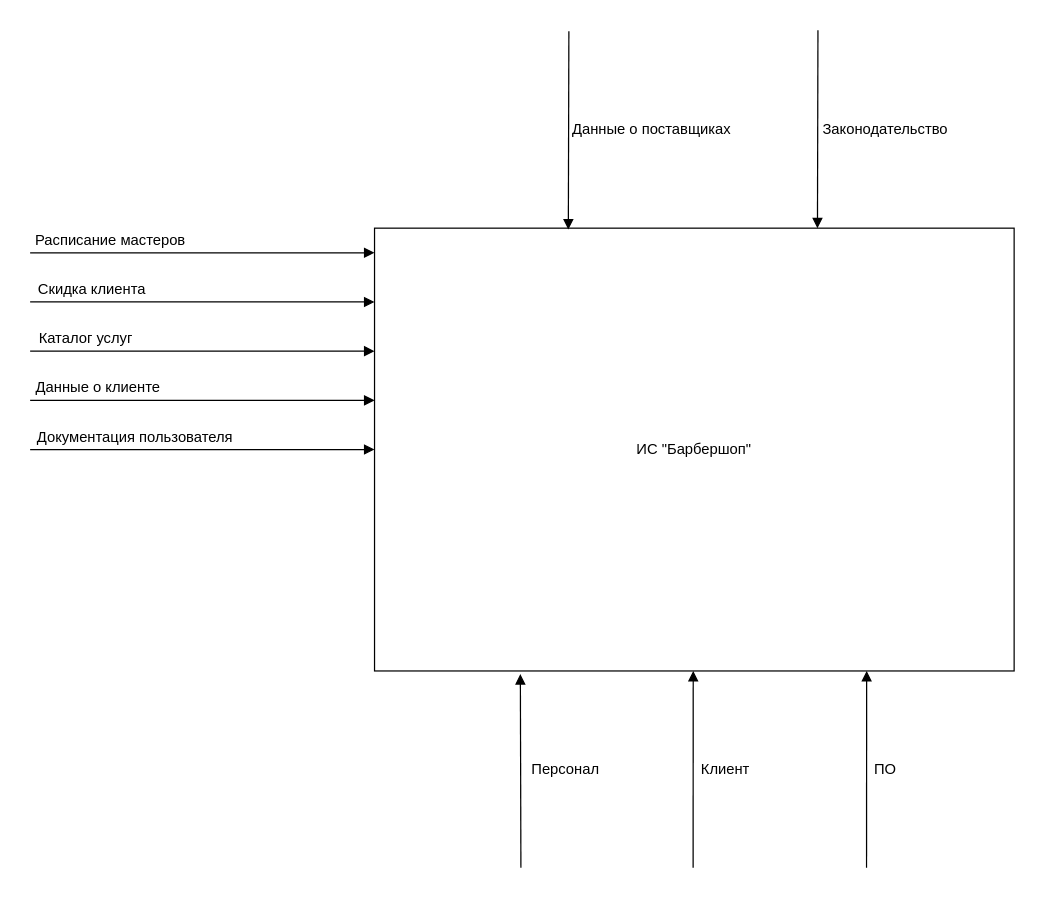
Earlier version of the draw.io diagram Диаграммы/IDEF0.drawio (AntonRakov/vkr). Source tidied: cells renumbered, new cells numbered last; positions are measured from the earlier drawing's top-left corner, leaving out a move shared by most shapes. Both pictures are drawn from the tidied source at 123%, with x=0, y=0 at pixel (23, 30).
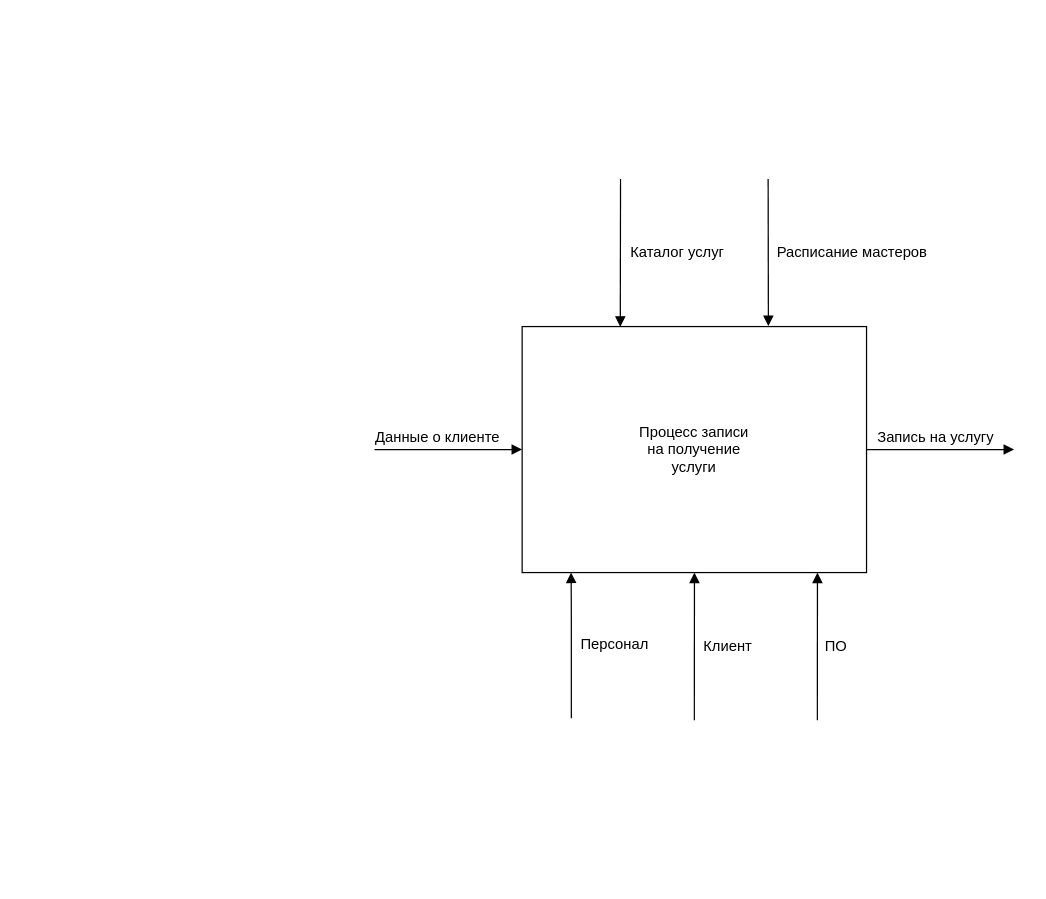
The same diagram, later.

What changed in the source:
```diff
@@
     <mxCell id="2" style="rounded=0;whiteSpace=wrap;html=1;" parent="1" vertex="1">
-      <mxGeometry x="285" y="161" width="520" height="360" as="geometry" />
+      <mxGeometry x="405" y="241" width="280" height="200" as="geometry" />
     </mxCell>
-    <mxCell id="3" value="ИС &quot;Барбершоп&quot;" style="text;html=1;strokeColor=none;fillColor=none;align=center;verticalAlign=middle;whiteSpace=wrap;rounded=0;" parent="1" vertex="1">
+    <mxCell id="3" value="Процесс записи на получение услуги" style="text;html=1;strokeColor=none;fillColor=none;align=center;verticalAlign=middle;whiteSpace=wrap;rounded=0;" parent="1" vertex="1">
       <mxGeometry x="495" y="331" width="100" height="20" as="geometry" />
     </mxCell>
-    <mxCell id="4" style="endArrow=block;html=1;endFill=1;" parent="1" edge="1">
-      <mxGeometry relative="1" as="geometry">
-        <mxPoint x="5" y="181" as="sourcePoint" />
-        <mxPoint x="285" y="181" as="targetPoint" />
-      </mxGeometry>
-    </mxCell>
-    <mxCell id="5" style="endArrow=block;html=1;endFill=1;" parent="1" edge="1">
-      <mxGeometry relative="1" as="geometry">
-        <mxPoint x="5" y="221" as="sourcePoint" />
-        <mxPoint x="285" y="221" as="targetPoint" />
-      </mxGeometry>
-    </mxCell>
-    <mxCell id="6" style="endArrow=block;html=1;endFill=1;" parent="1" edge="1">
-      <mxGeometry relative="1" as="geometry">
-        <mxPoint x="5" y="261" as="sourcePoint" />
-        <mxPoint x="285" y="261" as="targetPoint" />
-      </mxGeometry>
-    </mxCell>
     <mxCell id="7" style="endArrow=block;html=1;endFill=1;" parent="1" edge="1">
       <mxGeometry relative="1" as="geometry">
-        <mxPoint x="5" y="301" as="sourcePoint" />
-        <mxPoint x="285" y="301" as="targetPoint" />
+        <mxPoint x="285" y="341" as="sourcePoint" />
+        <mxPoint x="405" y="341" as="targetPoint" />
       </mxGeometry>
     </mxCell>
-    <mxCell id="8" style="endArrow=block;html=1;endFill=1;" parent="1" edge="1">
-      <mxGeometry relative="1" as="geometry">
-        <mxPoint x="5" y="341" as="sourcePoint" />
-        <mxPoint x="285" y="341" as="targetPoint" />
-      </mxGeometry>
-    </mxCell>
-    <mxCell id="9" value="Расписание мастеров" style="text;html=1;align=center;verticalAlign=middle;" parent="1" vertex="1">
-      <mxGeometry y="161" width="140" height="20" as="geometry" />
-    </mxCell>
-    <mxCell id="10" value="Скидка клиента" style="text;html=1;align=center;verticalAlign=middle;" parent="1" vertex="1">
-      <mxGeometry x="5" y="201" width="100" height="20" as="geometry" />
-    </mxCell>
-    <mxCell id="11" value="Каталог услуг" style="text;html=1;align=center;verticalAlign=middle;" parent="1" vertex="1">
-      <mxGeometry x="5" y="241" width="90" height="20" as="geometry" />
-    </mxCell>
     <mxCell id="12" value="Данные о клиенте" style="text;html=1;align=center;verticalAlign=middle;" parent="1" vertex="1">
-      <mxGeometry y="281" width="120" height="20" as="geometry" />
+      <mxGeometry x="276" y="321" width="120" height="20" as="geometry" />
     </mxCell>
-    <mxCell id="13" value="Документация пользователя" style="text;html=1;align=center;verticalAlign=middle;" parent="1" vertex="1">
-      <mxGeometry x="5" y="321" width="170" height="20" as="geometry" />
-    </mxCell>
-    <mxCell id="14" style="endArrow=block;html=1;entryX=0.228;entryY=1.007;entryDx=0;entryDy=0;entryPerimeter=0;endFill=1;" parent="1" edge="1" target="2">
+    <mxCell id="14" style="endArrow=block;html=1;entryX=0.228;entryY=1.007;entryDx=0;entryDy=0;entryPerimeter=0;endFill=1;" parent="1" edge="1">
       <mxGeometry relative="1" as="geometry">
-        <mxPoint x="404" y="681" as="sourcePoint" />
+        <mxPoint x="445" y="559.5" as="sourcePoint" />
+        <mxPoint x="444.8" y="441" as="targetPoint" />
+        <Array as="points">
+          <mxPoint x="445" y="469.5" />
+        </Array>
       </mxGeometry>
     </mxCell>
     <mxCell id="15" style="endArrow=block;html=1;entryX=0.228;entryY=1.007;entryDx=0;entryDy=0;entryPerimeter=0;endFill=1;" parent="1" edge="1">
       <mxGeometry relative="1" as="geometry">
-        <mxPoint x="685" y="681" as="sourcePoint" />
-        <mxPoint x="685.1" y="521" as="targetPoint" />
+        <mxPoint x="645" y="561" as="sourcePoint" />
+        <mxPoint x="645.1" y="441" as="targetPoint" />
       </mxGeometry>
     </mxCell>
     <mxCell id="16" style="endArrow=block;html=1;entryX=0.228;entryY=1.007;entryDx=0;entryDy=0;entryPerimeter=0;endFill=1;" parent="1" edge="1">
       <mxGeometry relative="1" as="geometry">
-        <mxPoint x="544" y="681" as="sourcePoint" />
-        <mxPoint x="544.1" y="521" as="targetPoint" />
+        <mxPoint x="545" y="561" as="sourcePoint" />
+        <mxPoint x="545.1" y="441" as="targetPoint" />
       </mxGeometry>
     </mxCell>
     <mxCell id="17" value="Персонал" style="text;html=1;align=center;verticalAlign=middle;" parent="1" vertex="1">
-      <mxGeometry x="405" y="591" width="70" height="20" as="geometry" />
+      <mxGeometry x="445" y="489.5" width="70" height="20" as="geometry" />
     </mxCell>
     <mxCell id="18" value="Клиент" style="text;html=1;align=center;verticalAlign=middle;" parent="1" vertex="1">
-      <mxGeometry x="545" y="591" width="50" height="20" as="geometry" />
+      <mxGeometry x="547" y="491" width="50" height="20" as="geometry" />
     </mxCell>
     <mxCell id="19" value="ПО" style="text;html=1;align=center;verticalAlign=middle;" parent="1" vertex="1">
-      <mxGeometry x="685" y="591" width="30" height="20" as="geometry" />
+      <mxGeometry x="645" y="491" width="30" height="20" as="geometry" />
     </mxCell>
-    <mxCell id="20" style="endArrow=block;html=1;endFill=1;entryX=0.303;entryY=0.003;entryDx=0;entryDy=0;entryPerimeter=0;" parent="1" edge="1" target="2">
+    <mxCell id="20" style="endArrow=block;html=1;endFill=1;entryX=0.285;entryY=0.001;entryDx=0;entryDy=0;entryPerimeter=0;" parent="1" edge="1" target="2">
       <mxGeometry relative="1" as="geometry">
-        <mxPoint x="443" y="1" as="sourcePoint" />
+        <mxPoint x="485" y="121" as="sourcePoint" />
       </mxGeometry>
     </mxCell>
-    <mxCell id="21" style="endArrow=block;html=1;endFill=1;entryX=0.303;entryY=0.003;entryDx=0;entryDy=0;entryPerimeter=0;" parent="1" edge="1">
+    <mxCell id="21" style="endArrow=block;html=1;endFill=1;entryX=0.715;entryY=-0.002;entryDx=0;entryDy=0;entryPerimeter=0;" parent="1" edge="1" target="2">
       <mxGeometry relative="1" as="geometry">
-        <mxPoint x="645.5" as="sourcePoint" />
-        <mxPoint x="645.1" y="161.1" as="targetPoint" />
+        <mxPoint x="605" y="121" as="sourcePoint" />
       </mxGeometry>
     </mxCell>
-    <mxCell id="22" value="Данные о поставщиках" style="text;html=1;align=center;verticalAlign=middle;" parent="1" vertex="1">
-      <mxGeometry x="440" y="71" width="140" height="20" as="geometry" />
-    </mxCell>
-    <mxCell id="23" value="Законодательство" style="text;html=1;align=center;verticalAlign=middle;" parent="1" vertex="1">
-      <mxGeometry x="640" y="71" width="120" height="20" as="geometry" />
-    </mxCell>
+    <mxCell id="11" value="Каталог услуг" style="text;html=1;align=center;verticalAlign=middle;" parent="1" vertex="1">
+      <mxGeometry x="486" y="171" width="90" height="20" as="geometry" />
+    </mxCell>
+    <mxCell id="9" value="Расписание мастеров" style="text;html=1;align=center;verticalAlign=middle;" parent="1" vertex="1">
+      <mxGeometry x="603" y="171" width="140" height="20" as="geometry" />
+    </mxCell>
+    <mxCell id="24" value="Запись на услугу" style="text;html=1;align=center;verticalAlign=middle;imageAspect=1;absoluteArcSize=0;" parent="1" vertex="1">
+      <mxGeometry x="686" y="321" width="110" height="20" as="geometry" />
+    </mxCell>
+    <mxCell id="25" style="endArrow=none;html=1;endFill=0;entryX=1;entryY=0.5;entryDx=0;entryDy=0;startArrow=block;startFill=1;" parent="1" edge="1" target="2">
+      <mxGeometry relative="1" as="geometry">
+        <mxPoint x="805" y="341" as="sourcePoint" />
+      </mxGeometry>
+    </mxCell>
```
